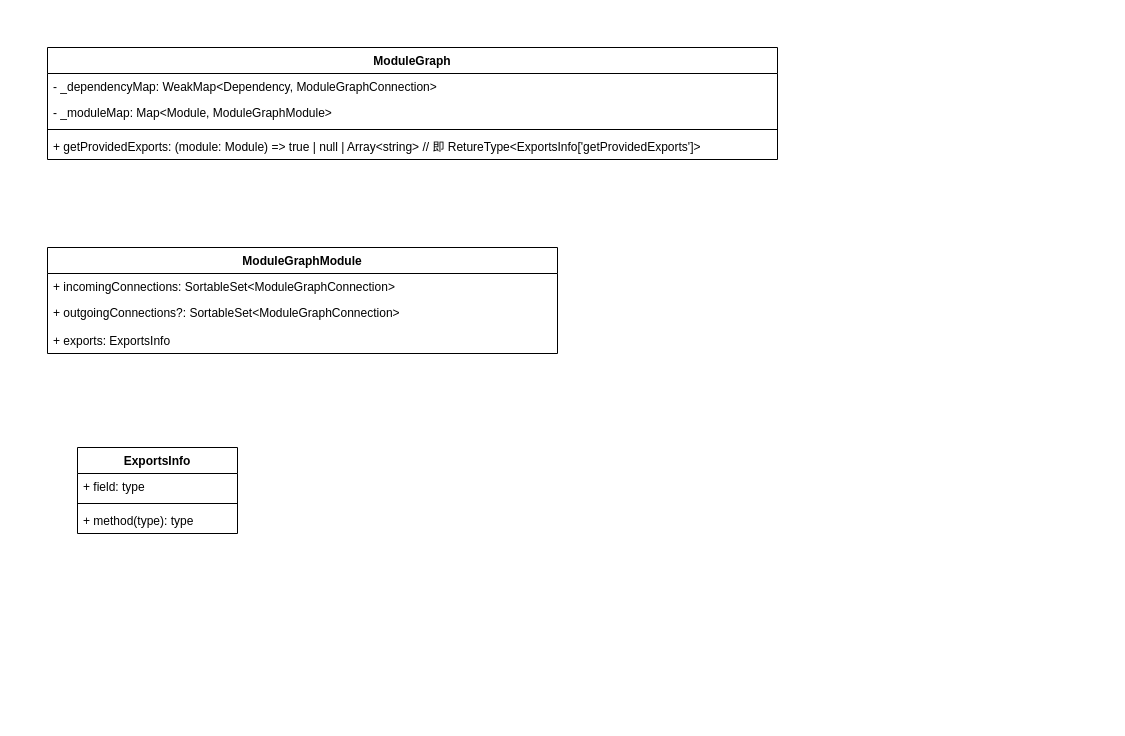
Earlier version of the draw.io diagram webpackModuleGraph.drawio (circlesharp/touch-fish). Source tidied: cells renumbered, new cells numbered last; positions are measured from the earlier drawing's top-left corner, leaving out a move shared by most shapes. Both pictures are drawn from the tidied source at 100%, with x=0, y=0 at pixel (47, 47).
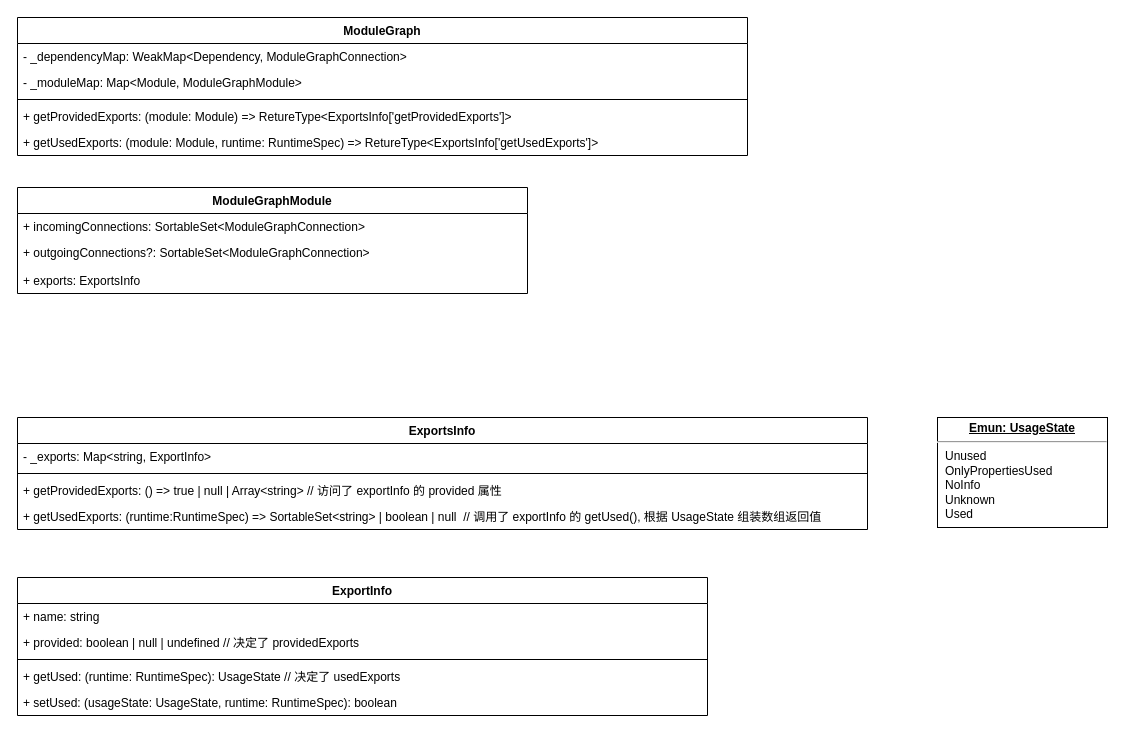
The same diagram, later.

Diff of the diagram source:
```diff
@@
     <mxCell id="2" value="ModuleGraph" style="swimlane;fontStyle=1;horizontal=1;startSize=26;fillColor=none;" parent="1" vertex="1">
-      <mxGeometry width="730" height="112" as="geometry" />
+      <mxGeometry x="-30" y="-30" width="730" height="138" as="geometry" />
     </mxCell>
@@
+    <mxCell id="15" value="+ getProvidedExports: (module: Module) =&gt; RetureType&lt;ExportsInfo['getProvidedExports']&gt;" style="text;strokeColor=none;fillColor=none;align=left;verticalAlign=top;spacingLeft=4;spacingRight=4;overflow=hidden;" parent="2" vertex="1">
+      <mxGeometry y="86" width="730" height="26" as="geometry" />
+    </mxCell>
-    <mxCell id="6" value="+ getProvidedExports: (module: Module) =&gt; true | null | Array&lt;string&gt; // 即 RetureType&lt;ExportsInfo['getProvidedExports']&gt;" style="text;strokeColor=none;fillColor=none;align=left;verticalAlign=top;spacingLeft=4;spacingRight=4;overflow=hidden;" parent="2" vertex="1">
-      <mxGeometry y="86" width="730" height="26" as="geometry" />
+    <mxCell id="6" value="+ getUsedExports: (module: Module, runtime: RuntimeSpec) =&gt; RetureType&lt;ExportsInfo['getUsedExports']&gt;" style="text;strokeColor=none;fillColor=none;align=left;verticalAlign=top;spacingLeft=4;spacingRight=4;overflow=hidden;" parent="2" vertex="1">
+      <mxGeometry y="112" width="730" height="26" as="geometry" />
     </mxCell>
     <mxCell id="7" value="ModuleGraphModule" style="swimlane;fontStyle=1;horizontal=1;startSize=26;fillColor=none;" parent="1" vertex="1">
-      <mxGeometry y="200" width="510" height="106" as="geometry" />
+      <mxGeometry x="-30" y="140" width="510" height="106" as="geometry" />
     </mxCell>
@@
     <mxCell id="11" value="ExportsInfo" style="swimlane;fontStyle=1;align=center;verticalAlign=top;horizontal=1;startSize=26;" parent="1" vertex="1">
-      <mxGeometry x="30" y="400" width="160" height="86" as="geometry" />
+      <mxGeometry x="-30" y="370" width="850" height="112" as="geometry" />
     </mxCell>
-    <mxCell id="12" value="+ field: type" style="text;strokeColor=none;fillColor=none;align=left;verticalAlign=top;spacingLeft=4;spacingRight=4;overflow=hidden;" parent="11" vertex="1">
-      <mxGeometry y="26" width="160" height="26" as="geometry" />
+    <mxCell id="12" value="- _exports: Map&lt;string, ExportInfo&gt;" style="text;strokeColor=none;fillColor=none;align=left;verticalAlign=top;spacingLeft=4;spacingRight=4;overflow=hidden;" parent="11" vertex="1">
+      <mxGeometry y="26" width="850" height="26" as="geometry" />
     </mxCell>
     <mxCell id="13" style="line;strokeWidth=1;fillColor=none;align=left;verticalAlign=middle;spacingTop=-1;spacingLeft=3;spacingRight=3;labelPosition=right;" parent="11" vertex="1">
-      <mxGeometry y="52" width="160" height="8" as="geometry" />
+      <mxGeometry y="52" width="850" height="8" as="geometry" />
     </mxCell>
+    <mxCell id="16" value="+ getProvidedExports: () =&gt; true | null | Array&lt;string&gt; // 访问了 exportInfo 的 provided 属性" style="text;strokeColor=none;fillColor=none;align=left;verticalAlign=top;spacingLeft=4;spacingRight=4;overflow=hidden;" parent="11" vertex="1">
+      <mxGeometry y="60" width="850" height="26" as="geometry" />
+    </mxCell>
-    <mxCell id="14" value="+ method(type): type" style="text;strokeColor=none;fillColor=none;align=left;verticalAlign=top;spacingLeft=4;spacingRight=4;overflow=hidden;" parent="11" vertex="1">
-      <mxGeometry y="60" width="160" height="26" as="geometry" />
+    <mxCell id="14" value="+ getUsedExports: (runtime:RuntimeSpec) =&gt; SortableSet&lt;string&gt; | boolean | null  // 调用了 exportInfo 的 getUsed(), 根据 UsageState 组装数组返回值" style="text;strokeColor=none;fillColor=none;align=left;verticalAlign=top;spacingLeft=4;spacingRight=4;overflow=hidden;" parent="11" vertex="1">
+      <mxGeometry y="86" width="850" height="26" as="geometry" />
     </mxCell>
+    <mxCell id="17" value="ExportInfo" style="swimlane;fontStyle=1;align=center;verticalAlign=top;horizontal=1;startSize=26;" parent="1" vertex="1">
+      <mxGeometry x="-30" y="530" width="690" height="138" as="geometry" />
+    </mxCell>
+    <mxCell id="18" value="+ name: string" style="text;strokeColor=none;fillColor=none;align=left;verticalAlign=top;spacingLeft=4;spacingRight=4;overflow=hidden;" parent="17" vertex="1">
+      <mxGeometry y="26" width="690" height="26" as="geometry" />
+    </mxCell>
+    <mxCell id="19" value="+ provided: boolean | null | undefined // 决定了 providedExports" style="text;strokeColor=none;fillColor=none;align=left;verticalAlign=top;spacingLeft=4;spacingRight=4;overflow=hidden;" parent="17" vertex="1">
+      <mxGeometry y="52" width="690" height="26" as="geometry" />
+    </mxCell>
+    <mxCell id="20" style="line;strokeWidth=1;fillColor=none;align=left;verticalAlign=middle;spacingTop=-1;spacingLeft=3;spacingRight=3;labelPosition=right;" parent="17" vertex="1">
+      <mxGeometry y="78" width="690" height="8" as="geometry" />
+    </mxCell>
+    <mxCell id="21" value="+ getUsed: (runtime: RuntimeSpec): UsageState // 决定了 usedExports" style="text;strokeColor=none;fillColor=none;align=left;verticalAlign=top;spacingLeft=4;spacingRight=4;overflow=hidden;" parent="17" vertex="1">
+      <mxGeometry y="86" width="690" height="26" as="geometry" />
+    </mxCell>
+    <mxCell id="22" value="+ setUsed: (usageState: UsageState, runtime: RuntimeSpec): boolean" style="text;strokeColor=none;fillColor=none;align=left;verticalAlign=top;spacingLeft=4;spacingRight=4;overflow=hidden;" parent="17" vertex="1">
+      <mxGeometry y="112" width="690" height="26" as="geometry" />
+    </mxCell>
+    <mxCell id="23" value="&lt;p style=&quot;margin:0px;margin-top:4px;text-align:center;text-decoration:underline;&quot;&gt;&lt;b&gt;Emun: UsageState&lt;/b&gt;&lt;/p&gt;&lt;hr&gt;&lt;p style=&quot;margin:0px;margin-left:8px;&quot;&gt;Unused&lt;/p&gt;&lt;p style=&quot;margin:0px;margin-left:8px;&quot;&gt;OnlyPropertiesUsed&lt;/p&gt;&lt;p style=&quot;margin:0px;margin-left:8px;&quot;&gt;NoInfo&lt;br&gt;&lt;/p&gt;&lt;p style=&quot;margin:0px;margin-left:8px;&quot;&gt;Unknown&lt;/p&gt;&lt;p style=&quot;margin:0px;margin-left:8px;&quot;&gt;Used&lt;/p&gt;" style="verticalAlign=top;align=left;overflow=fill;fontSize=12;fontFamily=Helvetica;html=1;" parent="1" vertex="1">
+      <mxGeometry x="890" y="370" width="170" height="110" as="geometry" />
+    </mxCell>
```
